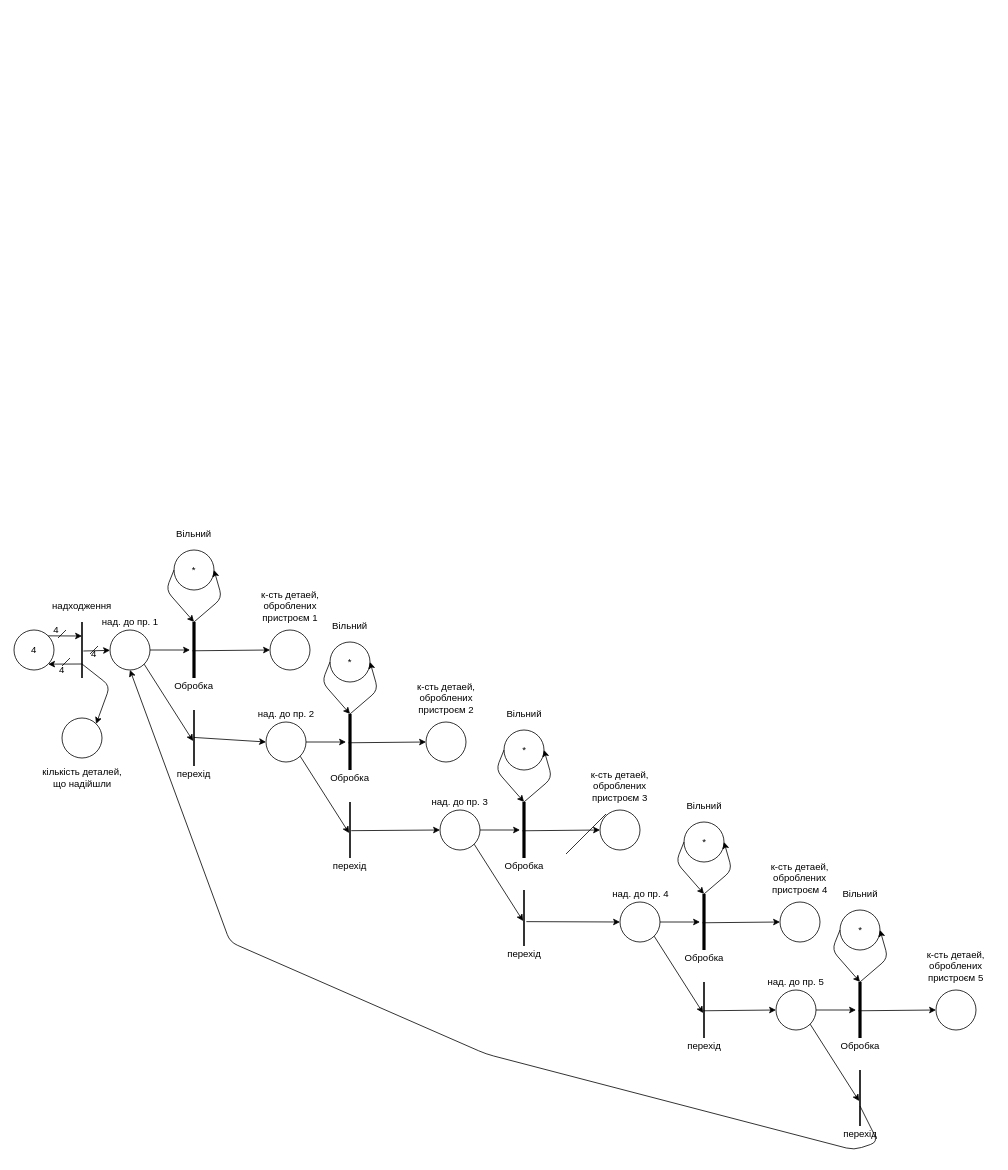
Above: page "Page-1" (1 of 2) of System_Modeling/Lab6/task1_upd.drawio in kryvokhyzha/examples-and-courses (draw.io), before the change. Source tidied: cells renumbered, new cells numbered last; positions are measured from the earlier drawing's top-left corner, leaving out a move shared by most shapes. Both pictures are drawn from the tidied source at 80%, with x=0, y=0 at pixel (14, 526).
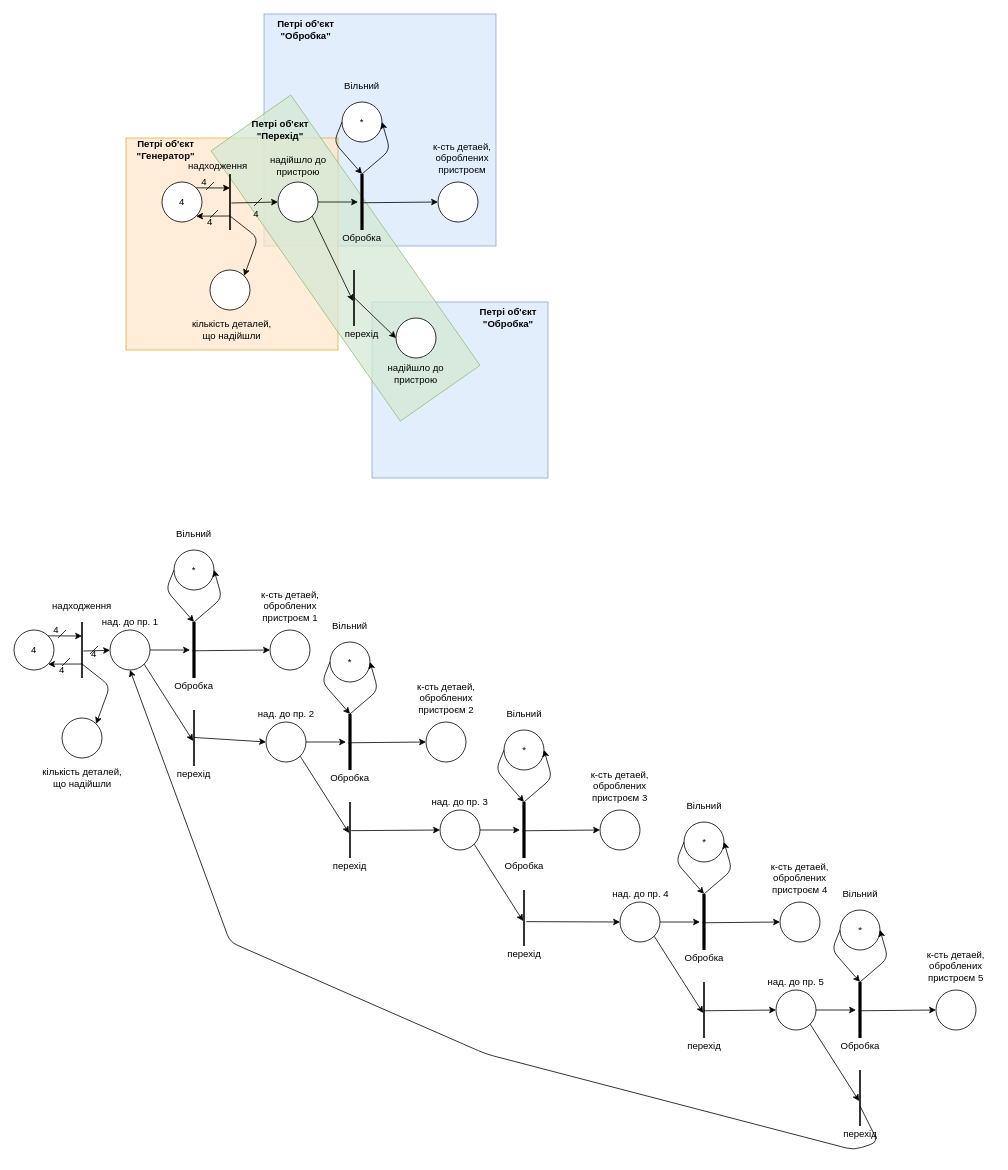
After the change.

What changed in the source:
```diff
@@
+    <mxCell id="98" style="whiteSpace=wrap;html=1;strokeColor=#6c8ebf;fillColor=#dae8fc;glass=0;rounded=0;shadow=0;sketch=0;opacity=75;" parent="1" vertex="1">
+      <mxGeometry x="447.5" y="-280" width="220" height="220" as="geometry" />
+    </mxCell>
+    <mxCell id="99" style="whiteSpace=wrap;html=1;strokeColor=#6c8ebf;fillColor=#dae8fc;glass=0;rounded=0;shadow=0;sketch=0;opacity=75;" parent="1" vertex="1">
+      <mxGeometry x="312.5" y="-640" width="290" height="290" as="geometry" />
+    </mxCell>
+    <mxCell id="100" style="whiteSpace=wrap;html=1;fillColor=#ffe6cc;strokeColor=#d79b00;sketch=0;opacity=75;" parent="1" vertex="1">
+      <mxGeometry x="140" y="-485" width="265" height="265" as="geometry" />
+    </mxCell>
+    <mxCell id="101" style="rounded=0;whiteSpace=wrap;html=1;shadow=0;glass=0;sketch=0;strokeColor=#82b366;fillColor=#d5e8d4;opacity=75;rotation=55;" parent="1" vertex="1">
+      <mxGeometry x="208.2" y="-395.7" width="412.5" height="121.6" as="geometry" />
+    </mxCell>
@@
-    <mxCell id="91" style="endArrow=none;html=1;" parent="1" edge="1">
-      <mxGeometry relative="1" as="geometry">
-        <mxPoint x="690" y="410" as="sourcePoint" />
-        <mxPoint x="740" y="360" as="targetPoint" />
-      </mxGeometry>
-    </mxCell>
@@
+    <mxCell id="102" value="*" style="ellipse;whiteSpace=wrap;html=1;" parent="1" vertex="1">
+      <mxGeometry x="410" y="-530" width="50" height="50" as="geometry" />
+    </mxCell>
+    <mxCell id="103" style="ellipse;whiteSpace=wrap;html=1;" parent="1" vertex="1">
+      <mxGeometry x="530" y="-430" width="50" height="50" as="geometry" />
+    </mxCell>
+    <mxCell id="104" style="line;strokeWidth=4;direction=south;html=1;" parent="1" vertex="1">
+      <mxGeometry x="430" y="-440" width="10" height="70" as="geometry" />
+    </mxCell>
+    <mxCell id="105" style="endArrow=classic;html=1;exitX=0;exitY=0.5;exitDx=0;exitDy=0;exitPerimeter=0;entryX=1;entryY=0.5;entryDx=0;entryDy=0;" parent="1" edge="1" source="104" target="102">
+      <mxGeometry relative="1" as="geometry">
+        <Array as="points">
+          <mxPoint x="470" y="-470" />
+        </Array>
+      </mxGeometry>
+    </mxCell>
+    <mxCell id="106" style="endArrow=classic;html=1;exitX=0;exitY=0.5;exitDx=0;exitDy=0;entryX=0;entryY=0.5;entryDx=0;entryDy=0;entryPerimeter=0;" parent="1" edge="1" source="102" target="104">
+      <mxGeometry relative="1" as="geometry">
+        <Array as="points">
+          <mxPoint x="400" y="-480" />
+        </Array>
+      </mxGeometry>
+    </mxCell>
+    <mxCell id="107" style="endArrow=classic;html=1;exitX=0.514;exitY=0.7;exitDx=0;exitDy=0;exitPerimeter=0;entryX=0;entryY=0.5;entryDx=0;entryDy=0;" parent="1" edge="1" source="104" target="103">
+      <mxGeometry relative="1" as="geometry" />
+    </mxCell>
+    <mxCell id="108" style="line;strokeWidth=2;direction=south;html=1;" parent="1" vertex="1">
+      <mxGeometry x="420" y="-320" width="10" height="70" as="geometry" />
+    </mxCell>
+    <mxCell id="109" style="endArrow=classic;html=1;exitX=1;exitY=0.5;exitDx=0;exitDy=0;" parent="1" edge="1" source="120" target="104">
+      <mxGeometry relative="1" as="geometry" />
+    </mxCell>
+    <mxCell id="110" value="Вільний" style="text;html=1;strokeColor=none;fillColor=none;align=center;verticalAlign=middle;whiteSpace=wrap;rounded=0;" parent="1" vertex="1">
+      <mxGeometry x="415" y="-560" width="40" height="20" as="geometry" />
+    </mxCell>
+    <mxCell id="111" value="Обробка" style="text;html=1;strokeColor=none;fillColor=none;align=center;verticalAlign=middle;whiteSpace=wrap;rounded=0;" parent="1" vertex="1">
+      <mxGeometry x="415" y="-370" width="40" height="20" as="geometry" />
+    </mxCell>
+    <mxCell id="112" style="ellipse;whiteSpace=wrap;html=1;" parent="1" vertex="1">
+      <mxGeometry x="477.5" y="-260" width="50" height="50" as="geometry" />
+    </mxCell>
+    <mxCell id="113" style="endArrow=classic;html=1;exitX=0.49;exitY=0.5;exitDx=0;exitDy=0;exitPerimeter=0;entryX=0;entryY=0.5;entryDx=0;entryDy=0;" parent="1" edge="1" source="108" target="112">
+      <mxGeometry relative="1" as="geometry" />
+    </mxCell>
+    <mxCell id="114" value="перехід" style="text;html=1;strokeColor=none;fillColor=none;align=center;verticalAlign=middle;whiteSpace=wrap;rounded=0;" parent="1" vertex="1">
+      <mxGeometry x="415" y="-250" width="40" height="20" as="geometry" />
+    </mxCell>
+    <mxCell id="115" value="к-сть детаей, оброблених пристроєм" style="text;html=1;strokeColor=none;fillColor=none;align=center;verticalAlign=middle;whiteSpace=wrap;rounded=0;" parent="1" vertex="1">
+      <mxGeometry x="512.5" y="-470" width="95" height="20" as="geometry" />
+    </mxCell>
+    <mxCell id="116" value="надійшло до пристрою" style="text;html=1;strokeColor=none;fillColor=none;align=center;verticalAlign=middle;whiteSpace=wrap;rounded=0;" parent="1" vertex="1">
+      <mxGeometry x="460" y="-200" width="85" height="20" as="geometry" />
+    </mxCell>
+    <mxCell id="117" style="line;strokeWidth=2;direction=south;html=1;" parent="1" vertex="1">
+      <mxGeometry x="265" y="-440" width="10" height="70" as="geometry" />
+    </mxCell>
+    <mxCell id="118" style="endArrow=classic;html=1;exitX=1;exitY=0;exitDx=0;exitDy=0;entryX=0.25;entryY=0.5;entryDx=0;entryDy=0;entryPerimeter=0;" parent="1" edge="1" target="117">
+      <mxGeometry relative="1" as="geometry">
+        <mxPoint x="227.7" y="-422.7" as="sourcePoint" />
+      </mxGeometry>
+    </mxCell>
+    <mxCell id="119" style="endArrow=classic;html=1;exitX=0.75;exitY=0.5;exitDx=0;exitDy=0;exitPerimeter=0;entryX=1;entryY=1;entryDx=0;entryDy=0;" parent="1" edge="1" source="117">
+      <mxGeometry relative="1" as="geometry">
+        <mxPoint x="227.7" y="-387.3" as="targetPoint" />
+      </mxGeometry>
+    </mxCell>
+    <mxCell id="120" style="ellipse;whiteSpace=wrap;html=1;" parent="1" vertex="1">
+      <mxGeometry x="330" y="-430" width="50" height="50" as="geometry" />
+    </mxCell>
+    <mxCell id="121" style="ellipse;whiteSpace=wrap;html=1;" parent="1" vertex="1">
+      <mxGeometry x="245" y="-320" width="50" height="50" as="geometry" />
+    </mxCell>
+    <mxCell id="122" style="endArrow=classic;html=1;exitX=1;exitY=1;exitDx=0;exitDy=0;entryX=0.555;entryY=0.614;entryDx=0;entryDy=0;entryPerimeter=0;" parent="1" edge="1" source="120" target="108">
+      <mxGeometry relative="1" as="geometry" />
+    </mxCell>
+    <mxCell id="123" style="endArrow=classic;html=1;exitX=0.518;exitY=0.329;exitDx=0;exitDy=0;exitPerimeter=0;entryX=0;entryY=0.5;entryDx=0;entryDy=0;" parent="1" edge="1" source="117" target="120">
+      <mxGeometry relative="1" as="geometry" />
+    </mxCell>
+    <mxCell id="124" style="endArrow=classic;html=1;exitX=0.75;exitY=0.5;exitDx=0;exitDy=0;exitPerimeter=0;entryX=1;entryY=0;entryDx=0;entryDy=0;" parent="1" edge="1" source="117" target="121">
+      <mxGeometry relative="1" as="geometry">
+        <Array as="points">
+          <mxPoint x="305" y="-360" />
+        </Array>
+      </mxGeometry>
+    </mxCell>
+    <mxCell id="125" value="надходження" style="text;html=1;strokeColor=none;fillColor=none;align=center;verticalAlign=middle;whiteSpace=wrap;rounded=0;" parent="1" vertex="1">
+      <mxGeometry x="235" y="-460" width="40" height="20" as="geometry" />
+    </mxCell>
+    <mxCell id="126" value="кількість деталей, що надійшли" style="text;html=1;strokeColor=none;fillColor=none;align=center;verticalAlign=middle;whiteSpace=wrap;rounded=0;" parent="1" vertex="1">
+      <mxGeometry x="220" y="-260" width="105" height="30" as="geometry" />
+    </mxCell>
+    <mxCell id="127" style="endArrow=none;html=1;" parent="1" edge="1">
+      <mxGeometry relative="1" as="geometry">
+        <mxPoint x="240" y="-420" as="sourcePoint" />
+        <mxPoint x="250" y="-430" as="targetPoint" />
+      </mxGeometry>
+    </mxCell>
+    <mxCell id="128" style="endArrow=none;html=1;" parent="1" edge="1">
+      <mxGeometry relative="1" as="geometry">
+        <mxPoint x="245" y="-385" as="sourcePoint" />
+        <mxPoint x="255" y="-395" as="targetPoint" />
+      </mxGeometry>
+    </mxCell>
+    <mxCell id="129" value="4" style="text;html=1;strokeColor=none;fillColor=none;align=center;verticalAlign=middle;whiteSpace=wrap;rounded=0;" parent="1" vertex="1">
+      <mxGeometry x="217.5" y="-440" width="40" height="20" as="geometry" />
+    </mxCell>
+    <mxCell id="130" value="4" style="text;html=1;strokeColor=none;fillColor=none;align=center;verticalAlign=middle;whiteSpace=wrap;rounded=0;" parent="1" vertex="1">
+      <mxGeometry x="225" y="-390" width="40" height="20" as="geometry" />
+    </mxCell>
+    <mxCell id="131" style="endArrow=none;html=1;" parent="1" edge="1">
+      <mxGeometry relative="1" as="geometry">
+        <mxPoint x="300" y="-400" as="sourcePoint" />
+        <mxPoint x="310" y="-410" as="targetPoint" />
+      </mxGeometry>
+    </mxCell>
+    <mxCell id="132" value="4" style="text;html=1;strokeColor=none;fillColor=none;align=center;verticalAlign=middle;whiteSpace=wrap;rounded=0;" parent="1" vertex="1">
+      <mxGeometry x="282.5" y="-400" width="40" height="20" as="geometry" />
+    </mxCell>
+    <mxCell id="133" value="4" style="ellipse;whiteSpace=wrap;html=1;" parent="1" vertex="1">
+      <mxGeometry x="185" y="-430" width="50" height="50" as="geometry" />
+    </mxCell>
+    <mxCell id="134" value="надійшло до пристрою" style="text;html=1;strokeColor=none;fillColor=none;align=center;verticalAlign=middle;whiteSpace=wrap;rounded=0;" parent="1" vertex="1">
+      <mxGeometry x="312.5" y="-460" width="85" height="20" as="geometry" />
+    </mxCell>
+    <mxCell id="135" value="&lt;b&gt;Петрі об'єкт &quot;Генератор&quot;&lt;/b&gt;" style="text;html=1;strokeColor=none;fillColor=none;align=center;verticalAlign=middle;whiteSpace=wrap;rounded=0;shadow=0;glass=0;sketch=0;opacity=75;" parent="1" vertex="1">
+      <mxGeometry x="140" y="-480" width="100" height="20" as="geometry" />
+    </mxCell>
+    <mxCell id="136" value="&lt;b&gt;Петрі об'єкт &quot;Обробка&quot;&lt;/b&gt;" style="text;html=1;strokeColor=none;fillColor=none;align=center;verticalAlign=middle;whiteSpace=wrap;rounded=0;shadow=0;glass=0;sketch=0;opacity=75;" parent="1" vertex="1">
+      <mxGeometry x="315" y="-630" width="100" height="20" as="geometry" />
+    </mxCell>
+    <mxCell id="137" value="&lt;b&gt;Петрі об'єкт &quot;Перехід&quot;&lt;/b&gt;" style="text;html=1;strokeColor=none;fillColor=none;align=center;verticalAlign=middle;whiteSpace=wrap;rounded=0;shadow=0;glass=0;sketch=0;opacity=75;" parent="1" vertex="1">
+      <mxGeometry x="282.5" y="-505" width="100" height="20" as="geometry" />
+    </mxCell>
+    <mxCell id="138" value="&lt;b&gt;Петрі об'єкт &quot;Обробка&quot;&lt;/b&gt;" style="text;html=1;strokeColor=none;fillColor=none;align=center;verticalAlign=middle;whiteSpace=wrap;rounded=0;shadow=0;glass=0;sketch=0;opacity=75;" parent="1" vertex="1">
+      <mxGeometry x="567.5" y="-270" width="100" height="20" as="geometry" />
+    </mxCell>
```
